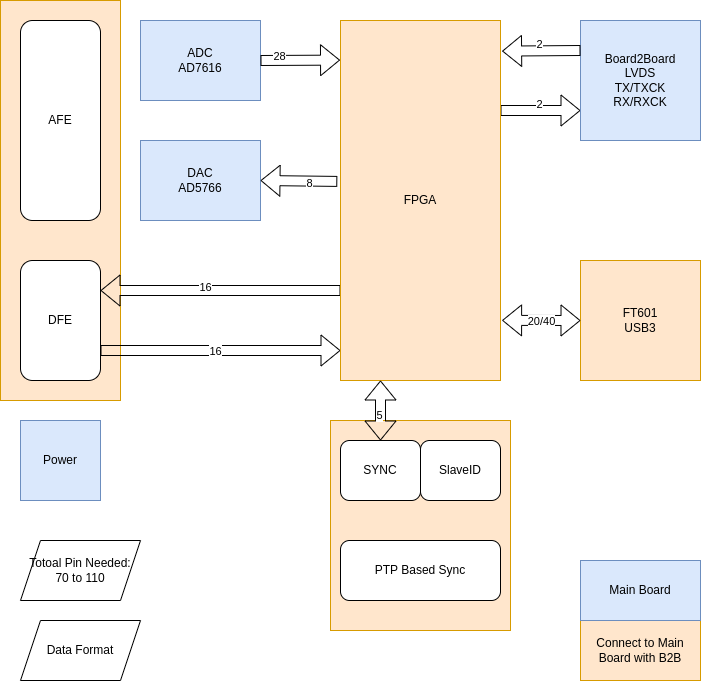
tzechienchu/mynotes keeps this draw.io diagram as docs/subtitles/Expander2/BlockDiag01.png. Above is the earlier version. Source tidied: cells renumbered, new cells last; positions are measured from the earlier drawing's top-left corner, leaving out a move shared by most shapes. Source of this version:
```xml
<mxGraphModel>
  <root>
    <mxCell id="0" />
    <mxCell id="1" parent="0" />
    <mxCell id="2" style="rounded=0;whiteSpace=wrap;html=1;fillColor=#ffe6cc;strokeColor=#d79b00;" parent="1" vertex="1">
      <mxGeometry x="330" y="420" width="180" height="210" as="geometry" />
    </mxCell>
    <mxCell id="3" style="rounded=0;whiteSpace=wrap;html=1;fillColor=#ffe6cc;strokeColor=#d79b00;" parent="1" vertex="1">
      <mxGeometry width="120" height="400" as="geometry" />
    </mxCell>
    <mxCell id="4" value="ADC&lt;div&gt;AD7616&lt;/div&gt;" style="rounded=0;whiteSpace=wrap;html=1;fillColor=#dae8fc;strokeColor=#6c8ebf;" parent="1" vertex="1">
      <mxGeometry x="140" y="20" width="120" height="80" as="geometry" />
    </mxCell>
    <mxCell id="5" value="DAC&lt;div&gt;AD5766&lt;/div&gt;" style="rounded=0;whiteSpace=wrap;html=1;fillColor=#dae8fc;strokeColor=#6c8ebf;" parent="1" vertex="1">
      <mxGeometry x="140" y="140" width="120" height="80" as="geometry" />
    </mxCell>
    <mxCell id="6" value="AFE" style="rounded=1;whiteSpace=wrap;html=1;" parent="1" vertex="1">
      <mxGeometry x="20" y="20" width="80" height="200" as="geometry" />
    </mxCell>
    <mxCell id="7" style="edgeStyle=none;html=1;exitX=1;exitY=0.75;exitDx=0;exitDy=0;shape=flexArrow;" parent="1" edge="1" source="9">
      <mxGeometry relative="1" as="geometry">
        <mxPoint x="340" y="350" as="targetPoint" />
      </mxGeometry>
    </mxCell>
    <mxCell id="8" value="16" style="edgeLabel;html=1;align=center;verticalAlign=middle;" parent="7" vertex="1">
      <mxGeometry x="-0.06" relative="1" as="geometry" />
    </mxCell>
    <mxCell id="9" value="DFE" style="rounded=1;whiteSpace=wrap;html=1;" parent="1" vertex="1">
      <mxGeometry x="20" y="260" width="80" height="120" as="geometry" />
    </mxCell>
    <mxCell id="10" value="Power" style="rounded=0;whiteSpace=wrap;html=1;fillColor=#dae8fc;strokeColor=#6c8ebf;" parent="1" vertex="1">
      <mxGeometry x="20" y="420" width="80" height="80" as="geometry" />
    </mxCell>
    <mxCell id="11" style="edgeStyle=none;html=1;exitX=1;exitY=0.25;exitDx=0;exitDy=0;entryX=0;entryY=0.75;entryDx=0;entryDy=0;shape=flexArrow;" parent="1" edge="1" source="15" target="19">
      <mxGeometry relative="1" as="geometry" />
    </mxCell>
    <mxCell id="12" value="2" style="edgeLabel;html=1;align=center;verticalAlign=middle;" parent="11" vertex="1">
      <mxGeometry x="-0.04" y="7" relative="1" as="geometry" />
    </mxCell>
    <mxCell id="13" style="edgeStyle=none;html=1;exitX=0;exitY=0.75;exitDx=0;exitDy=0;entryX=1;entryY=0.25;entryDx=0;entryDy=0;shape=flexArrow;" parent="1" edge="1" source="15" target="9">
      <mxGeometry relative="1" as="geometry" />
    </mxCell>
    <mxCell id="14" value="16" style="edgeLabel;html=1;align=center;verticalAlign=middle;" parent="13" vertex="1">
      <mxGeometry x="0.14" y="-4" relative="1" as="geometry" />
    </mxCell>
    <mxCell id="15" value="FPGA" style="rounded=0;whiteSpace=wrap;html=1;fillColor=#ffe6cc;strokeColor=#d79b00;" parent="1" vertex="1">
      <mxGeometry x="340" y="20" width="160" height="360" as="geometry" />
    </mxCell>
    <mxCell id="16" style="edgeStyle=none;html=1;exitX=0.5;exitY=0;exitDx=0;exitDy=0;entryX=0.25;entryY=1;entryDx=0;entryDy=0;shape=flexArrow;startArrow=block;" parent="1" edge="1" source="18" target="15">
      <mxGeometry relative="1" as="geometry" />
    </mxCell>
    <mxCell id="17" value="5" style="edgeLabel;html=1;align=center;verticalAlign=middle;" parent="16" vertex="1">
      <mxGeometry x="-0.15" y="2" relative="1" as="geometry" />
    </mxCell>
    <mxCell id="18" value="SYNC" style="rounded=1;whiteSpace=wrap;html=1;" parent="1" vertex="1">
      <mxGeometry x="340" y="440" width="80" height="60" as="geometry" />
    </mxCell>
    <mxCell id="19" value="Board2Board&lt;div&gt;LVDS&lt;/div&gt;&lt;div&gt;TX/TXCK&lt;/div&gt;&lt;div&gt;RX/RXCK&lt;/div&gt;" style="rounded=0;whiteSpace=wrap;html=1;fillColor=#dae8fc;strokeColor=#6c8ebf;" parent="1" vertex="1">
      <mxGeometry x="580" y="20" width="120" height="120" as="geometry" />
    </mxCell>
    <mxCell id="20" value="FT601&lt;div&gt;USB3&lt;/div&gt;" style="whiteSpace=wrap;html=1;fillColor=#ffe6cc;strokeColor=#d79b00;" parent="1" vertex="1">
      <mxGeometry x="580" y="260" width="120" height="120" as="geometry" />
    </mxCell>
    <mxCell id="21" value="SlaveID" style="rounded=1;whiteSpace=wrap;html=1;" parent="1" vertex="1">
      <mxGeometry x="420" y="440" width="80" height="60" as="geometry" />
    </mxCell>
    <mxCell id="22" style="edgeStyle=none;html=1;exitX=1;exitY=0.5;exitDx=0;exitDy=0;entryX=-0.003;entryY=0.11;entryDx=0;entryDy=0;entryPerimeter=0;shape=flexArrow;" parent="1" edge="1" source="4" target="15">
      <mxGeometry relative="1" as="geometry" />
    </mxCell>
    <mxCell id="23" value="28" style="edgeLabel;html=1;align=center;verticalAlign=middle;" parent="22" vertex="1">
      <mxGeometry x="-0.54" y="5" relative="1" as="geometry" />
    </mxCell>
    <mxCell id="24" style="edgeStyle=none;html=1;exitX=0;exitY=0.5;exitDx=0;exitDy=0;entryX=1.01;entryY=0.833;entryDx=0;entryDy=0;entryPerimeter=0;shape=flexArrow;startArrow=block;" parent="1" edge="1" source="20" target="15">
      <mxGeometry relative="1" as="geometry" />
    </mxCell>
    <mxCell id="25" value="20/40" style="edgeLabel;html=1;align=center;verticalAlign=middle;" parent="24" vertex="1">
      <mxGeometry x="0.03" relative="1" as="geometry" />
    </mxCell>
    <mxCell id="26" style="edgeStyle=none;html=1;exitX=0;exitY=0.25;exitDx=0;exitDy=0;entryX=1.01;entryY=0.085;entryDx=0;entryDy=0;entryPerimeter=0;shape=flexArrow;" parent="1" edge="1" source="19" target="15">
      <mxGeometry relative="1" as="geometry" />
    </mxCell>
    <mxCell id="27" value="2" style="edgeLabel;html=1;align=center;verticalAlign=middle;" parent="26" vertex="1">
      <mxGeometry x="0.09" y="-7" relative="1" as="geometry" />
    </mxCell>
    <mxCell id="28" style="edgeStyle=none;html=1;exitX=1;exitY=0.5;exitDx=0;exitDy=0;entryX=-0.02;entryY=0.447;entryDx=0;entryDy=0;entryPerimeter=0;shape=flexArrow;endArrow=none;endFill=0;startArrow=block;" parent="1" edge="1" source="5" target="15">
      <mxGeometry relative="1" as="geometry" />
    </mxCell>
    <mxCell id="29" value="8" style="edgeLabel;html=1;align=center;verticalAlign=middle;" parent="28" vertex="1">
      <mxGeometry x="0.24" y="-1" relative="1" as="geometry" />
    </mxCell>
    <mxCell id="30" value="Totoal Pin Needed:&lt;div&gt;70 to 110&lt;/div&gt;" style="shape=parallelogram;perimeter=parallelogramPerimeter;whiteSpace=wrap;html=1;fixedSize=1;" parent="1" vertex="1">
      <mxGeometry x="20" y="540" width="120" height="60" as="geometry" />
    </mxCell>
    <mxCell id="31" value="Data Format" style="shape=parallelogram;perimeter=parallelogramPerimeter;whiteSpace=wrap;html=1;fixedSize=1;" parent="1" vertex="1">
      <mxGeometry x="20" y="620" width="120" height="60" as="geometry" />
    </mxCell>
    <mxCell id="32" value="PTP Based Sync" style="rounded=1;whiteSpace=wrap;html=1;" parent="1" vertex="1">
      <mxGeometry x="340" y="540" width="160" height="60" as="geometry" />
    </mxCell>
    <mxCell id="33" value="Connect to Main Board with B2B" style="rounded=0;whiteSpace=wrap;html=1;fillColor=#ffe6cc;strokeColor=#d79b00;" parent="1" vertex="1">
      <mxGeometry x="580" y="620" width="120" height="60" as="geometry" />
    </mxCell>
    <mxCell id="34" value="Main Board" style="rounded=0;whiteSpace=wrap;html=1;fillColor=#dae8fc;strokeColor=#6c8ebf;" parent="1" vertex="1">
      <mxGeometry x="580" y="560" width="120" height="60" as="geometry" />
    </mxCell>
  </root>
</mxGraphModel>
```
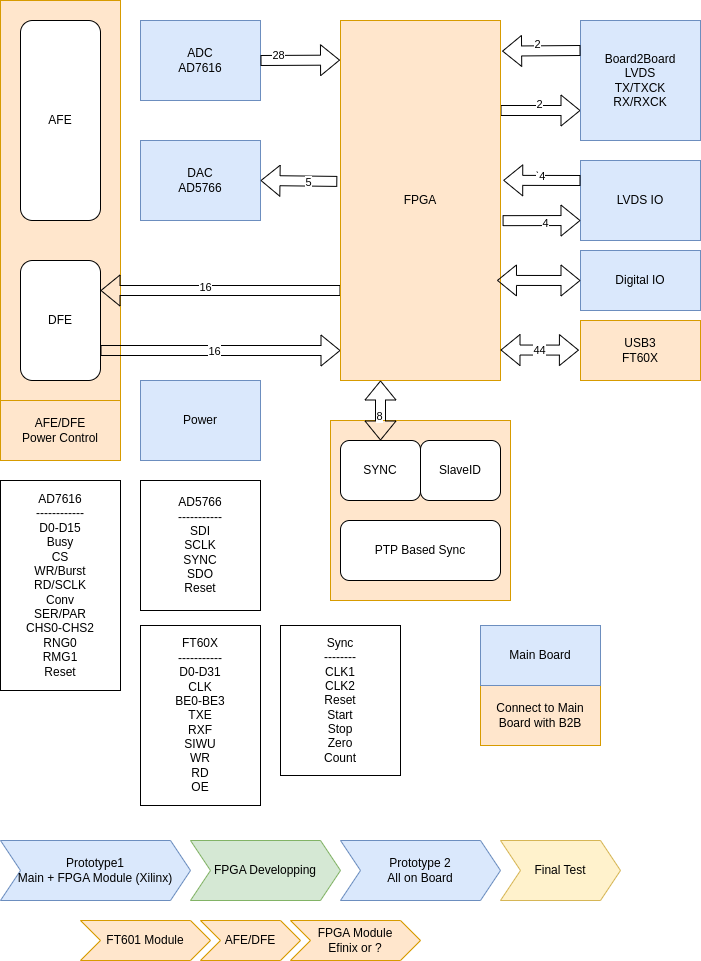
Later version of the same file.

Diff of the diagram source:
```diff
@@ -3,7 +3,7 @@
     <mxCell id="0" />
     <mxCell id="1" parent="0" />
     <mxCell id="2" style="rounded=0;whiteSpace=wrap;html=1;fillColor=#ffe6cc;strokeColor=#d79b00;" parent="1" vertex="1">
-      <mxGeometry x="330" y="420" width="180" height="210" as="geometry" />
+      <mxGeometry x="330" y="420" width="180" height="180" as="geometry" />
     </mxCell>
     <mxCell id="3" style="rounded=0;whiteSpace=wrap;html=1;fillColor=#ffe6cc;strokeColor=#d79b00;" parent="1" vertex="1">
       <mxGeometry width="120" height="400" as="geometry" />
@@ -29,7 +29,7 @@
       <mxGeometry x="20" y="260" width="80" height="120" as="geometry" />
     </mxCell>
     <mxCell id="10" value="Power" style="rounded=0;whiteSpace=wrap;html=1;fillColor=#dae8fc;strokeColor=#6c8ebf;" parent="1" vertex="1">
-      <mxGeometry x="20" y="420" width="80" height="80" as="geometry" />
+      <mxGeometry x="140" y="380" width="120" height="80" as="geometry" />
     </mxCell>
     <mxCell id="11" style="edgeStyle=none;html=1;exitX=1;exitY=0.25;exitDx=0;exitDy=0;entryX=0;entryY=0.75;entryDx=0;entryDy=0;shape=flexArrow;" parent="1" edge="1" source="15" target="19">
       <mxGeometry relative="1" as="geometry" />
@@ -49,7 +49,7 @@
     <mxCell id="16" style="edgeStyle=none;html=1;exitX=0.5;exitY=0;exitDx=0;exitDy=0;entryX=0.25;entryY=1;entryDx=0;entryDy=0;shape=flexArrow;startArrow=block;" parent="1" edge="1" source="18" target="15">
       <mxGeometry relative="1" as="geometry" />
     </mxCell>
-    <mxCell id="17" value="5" style="edgeLabel;html=1;align=center;verticalAlign=middle;" parent="16" vertex="1">
+    <mxCell id="17" value="8" style="edgeLabel;html=1;align=center;verticalAlign=middle;" parent="16" vertex="1">
       <mxGeometry x="-0.15" y="2" relative="1" as="geometry" />
     </mxCell>
     <mxCell id="18" value="SYNC" style="rounded=1;whiteSpace=wrap;html=1;" parent="1" vertex="1">
@@ -58,9 +58,6 @@
     <mxCell id="19" value="Board2Board&lt;div&gt;LVDS&lt;/div&gt;&lt;div&gt;TX/TXCK&lt;/div&gt;&lt;div&gt;RX/RXCK&lt;/div&gt;" style="rounded=0;whiteSpace=wrap;html=1;fillColor=#dae8fc;strokeColor=#6c8ebf;" parent="1" vertex="1">
       <mxGeometry x="580" y="20" width="120" height="120" as="geometry" />
     </mxCell>
-    <mxCell id="20" value="FT601&lt;div&gt;USB3&lt;/div&gt;" style="whiteSpace=wrap;html=1;fillColor=#ffe6cc;strokeColor=#d79b00;" parent="1" vertex="1">
-      <mxGeometry x="580" y="260" width="120" height="120" as="geometry" />
-    </mxCell>
     <mxCell id="21" value="SlaveID" style="rounded=1;whiteSpace=wrap;html=1;" parent="1" vertex="1">
       <mxGeometry x="420" y="440" width="80" height="60" as="geometry" />
     </mxCell>
@@ -70,10 +67,13 @@
     <mxCell id="23" value="28" style="edgeLabel;html=1;align=center;verticalAlign=middle;" parent="22" vertex="1">
       <mxGeometry x="-0.54" y="5" relative="1" as="geometry" />
     </mxCell>
-    <mxCell id="24" style="edgeStyle=none;html=1;exitX=0;exitY=0.5;exitDx=0;exitDy=0;entryX=1.01;entryY=0.833;entryDx=0;entryDy=0;entryPerimeter=0;shape=flexArrow;startArrow=block;" parent="1" edge="1" source="20" target="15">
-      <mxGeometry relative="1" as="geometry" />
+    <mxCell id="24" style="edgeStyle=none;html=1;exitX=0;exitY=0.5;exitDx=0;exitDy=0;entryX=1.01;entryY=0.833;entryDx=0;entryDy=0;entryPerimeter=0;shape=flexArrow;startArrow=block;" parent="1" edge="1">
+      <mxGeometry relative="1" as="geometry">
+        <mxPoint x="578.4" y="349.6" as="sourcePoint" />
+        <mxPoint x="500" y="349.5" as="targetPoint" />
+      </mxGeometry>
     </mxCell>
-    <mxCell id="25" value="20/40" style="edgeLabel;html=1;align=center;verticalAlign=middle;" parent="24" vertex="1">
+    <mxCell id="25" value="44" style="edgeLabel;html=1;align=center;verticalAlign=middle;" parent="24" vertex="1">
       <mxGeometry x="0.03" relative="1" as="geometry" />
     </mxCell>
     <mxCell id="26" style="edgeStyle=none;html=1;exitX=0;exitY=0.25;exitDx=0;exitDy=0;entryX=1.01;entryY=0.085;entryDx=0;entryDy=0;entryPerimeter=0;shape=flexArrow;" parent="1" edge="1" source="19" target="15">
@@ -85,23 +85,77 @@
     <mxCell id="28" style="edgeStyle=none;html=1;exitX=1;exitY=0.5;exitDx=0;exitDy=0;entryX=-0.02;entryY=0.447;entryDx=0;entryDy=0;entryPerimeter=0;shape=flexArrow;endArrow=none;endFill=0;startArrow=block;" parent="1" edge="1" source="5" target="15">
       <mxGeometry relative="1" as="geometry" />
     </mxCell>
-    <mxCell id="29" value="8" style="edgeLabel;html=1;align=center;verticalAlign=middle;" parent="28" vertex="1">
+    <mxCell id="29" value="5" style="edgeLabel;html=1;align=center;verticalAlign=middle;" parent="28" vertex="1">
       <mxGeometry x="0.24" y="-1" relative="1" as="geometry" />
     </mxCell>
-    <mxCell id="30" value="Totoal Pin Needed:&lt;div&gt;70 to 110&lt;/div&gt;" style="shape=parallelogram;perimeter=parallelogramPerimeter;whiteSpace=wrap;html=1;fixedSize=1;" parent="1" vertex="1">
-      <mxGeometry x="20" y="540" width="120" height="60" as="geometry" />
-    </mxCell>
-    <mxCell id="31" value="Data Format" style="shape=parallelogram;perimeter=parallelogramPerimeter;whiteSpace=wrap;html=1;fixedSize=1;" parent="1" vertex="1">
-      <mxGeometry x="20" y="620" width="120" height="60" as="geometry" />
-    </mxCell>
     <mxCell id="32" value="PTP Based Sync" style="rounded=1;whiteSpace=wrap;html=1;" parent="1" vertex="1">
-      <mxGeometry x="340" y="540" width="160" height="60" as="geometry" />
+      <mxGeometry x="340" y="520" width="160" height="60" as="geometry" />
     </mxCell>
     <mxCell id="33" value="Connect to Main Board with B2B" style="rounded=0;whiteSpace=wrap;html=1;fillColor=#ffe6cc;strokeColor=#d79b00;" parent="1" vertex="1">
-      <mxGeometry x="580" y="620" width="120" height="60" as="geometry" />
+      <mxGeometry x="480" y="685" width="120" height="60" as="geometry" />
     </mxCell>
     <mxCell id="34" value="Main Board" style="rounded=0;whiteSpace=wrap;html=1;fillColor=#dae8fc;strokeColor=#6c8ebf;" parent="1" vertex="1">
-      <mxGeometry x="580" y="560" width="120" height="60" as="geometry" />
+      <mxGeometry x="480" y="625" width="120" height="60" as="geometry" />
     </mxCell>
+    <mxCell id="35" value="LVDS IO" style="rounded=0;whiteSpace=wrap;html=1;fillColor=#dae8fc;strokeColor=#6c8ebf;" parent="1" vertex="1">
+      <mxGeometry x="580" y="160" width="120" height="80" as="geometry" />
+    </mxCell>
+    <mxCell id="36" style="edgeStyle=none;html=1;exitX=0;exitY=0.25;exitDx=0;exitDy=0;entryX=1.017;entryY=0.444;entryDx=0;entryDy=0;entryPerimeter=0;shape=flexArrow;" parent="1" edge="1" source="35" target="15">
+      <mxGeometry relative="1" as="geometry" />
+    </mxCell>
+    <mxCell id="37" value="ˋ4" style="edgeLabel;html=1;align=center;verticalAlign=middle;" parent="36" vertex="1">
+      <mxGeometry x="0.05" y="-4" relative="1" as="geometry" />
+    </mxCell>
+    <mxCell id="38" style="edgeStyle=none;html=1;exitX=0;exitY=0.75;exitDx=0;exitDy=0;entryX=1.013;entryY=0.556;entryDx=0;entryDy=0;entryPerimeter=0;shape=flexArrow;startArrow=block;endArrow=none;endFill=0;" parent="1" edge="1" source="35" target="15">
+      <mxGeometry relative="1" as="geometry" />
+    </mxCell>
+    <mxCell id="39" value="4" style="edgeLabel;html=1;align=center;verticalAlign=middle;" parent="38" vertex="1">
+      <mxGeometry x="-0.09" y="2" relative="1" as="geometry" />
+    </mxCell>
+    <mxCell id="40" value="AFE/DFE&lt;div&gt;Power Control&lt;/div&gt;" style="rounded=0;whiteSpace=wrap;html=1;fillColor=#ffe6cc;strokeColor=#d79b00;" parent="1" vertex="1">
+      <mxGeometry y="400" width="120" height="60" as="geometry" />
+    </mxCell>
+    <mxCell id="41" value="AD7616&lt;div&gt;------------&lt;/div&gt;&lt;div&gt;D0-D15&lt;/div&gt;&lt;div&gt;Busy&lt;/div&gt;&lt;div&gt;CS&lt;/div&gt;&lt;div&gt;WR/Burst&lt;/div&gt;&lt;div&gt;RD/SCLK&lt;/div&gt;&lt;div&gt;Conv&lt;/div&gt;&lt;div&gt;SER/PAR&lt;/div&gt;&lt;div&gt;CHS0-CHS2&lt;/div&gt;&lt;div&gt;RNG0&lt;/div&gt;&lt;div&gt;RMG1&lt;/div&gt;&lt;div&gt;Reset&lt;/div&gt;" style="rounded=0;whiteSpace=wrap;html=1;" parent="1" vertex="1">
+      <mxGeometry y="480" width="120" height="210" as="geometry" />
+    </mxCell>
+    <mxCell id="42" value="AD5766&lt;div&gt;-----------&lt;/div&gt;&lt;div&gt;SDI&lt;/div&gt;&lt;div&gt;SCLK&lt;/div&gt;&lt;div&gt;SYNC&lt;/div&gt;&lt;div&gt;SDO&lt;/div&gt;&lt;div&gt;Reset&lt;/div&gt;" style="rounded=0;whiteSpace=wrap;html=1;" parent="1" vertex="1">
+      <mxGeometry x="140" y="480" width="120" height="130" as="geometry" />
+    </mxCell>
+    <mxCell id="43" value="Sync&lt;div&gt;--------&lt;/div&gt;&lt;div&gt;CLK1&lt;/div&gt;&lt;div&gt;CLK2&lt;/div&gt;&lt;div&gt;Reset&lt;/div&gt;&lt;div&gt;Start&lt;/div&gt;&lt;div&gt;Stop&lt;/div&gt;&lt;div&gt;Zero&lt;/div&gt;&lt;div&gt;Count&lt;/div&gt;" style="rounded=0;whiteSpace=wrap;html=1;" parent="1" vertex="1">
+      <mxGeometry x="280" y="625" width="120" height="150" as="geometry" />
+    </mxCell>
+    <mxCell id="44" value="FT60X&lt;div&gt;-----------&lt;/div&gt;&lt;div&gt;D0-D31&lt;/div&gt;&lt;div&gt;CLK&lt;/div&gt;&lt;div&gt;BE0-BE3&lt;/div&gt;&lt;div&gt;TXE&lt;/div&gt;&lt;div&gt;RXF&lt;/div&gt;&lt;div&gt;SIWU&lt;/div&gt;&lt;div&gt;WR&lt;/div&gt;&lt;div&gt;RD&lt;/div&gt;&lt;div&gt;OE&lt;/div&gt;" style="rounded=0;whiteSpace=wrap;html=1;" parent="1" vertex="1">
+      <mxGeometry x="140" y="625" width="120" height="180" as="geometry" />
+    </mxCell>
+    <mxCell id="45" value="Prototype1&lt;div&gt;Main + FPGA Module (Xilinx)&lt;/div&gt;" style="shape=step;perimeter=stepPerimeter;whiteSpace=wrap;html=1;fixedSize=1;fillColor=#dae8fc;strokeColor=#6c8ebf;" parent="1" vertex="1">
+      <mxGeometry y="840" width="190" height="60" as="geometry" />
+    </mxCell>
+    <mxCell id="46" value="FT601 Module" style="shape=step;perimeter=stepPerimeter;whiteSpace=wrap;html=1;fixedSize=1;fillColor=#ffe6cc;strokeColor=#d79b00;" parent="1" vertex="1">
+      <mxGeometry x="80" y="920" width="130" height="40" as="geometry" />
+    </mxCell>
+    <mxCell id="47" value="AFE/DFE" style="shape=step;perimeter=stepPerimeter;whiteSpace=wrap;html=1;fixedSize=1;fillColor=#ffe6cc;strokeColor=#d79b00;" parent="1" vertex="1">
+      <mxGeometry x="200" y="920" width="100" height="40" as="geometry" />
+    </mxCell>
+    <mxCell id="48" value="FPGA Module&lt;div&gt;Efinix or ?&lt;/div&gt;" style="shape=step;perimeter=stepPerimeter;whiteSpace=wrap;html=1;fixedSize=1;fillColor=#ffe6cc;strokeColor=#d79b00;" parent="1" vertex="1">
+      <mxGeometry x="290" y="920" width="130" height="40" as="geometry" />
+    </mxCell>
+    <mxCell id="49" value="FPGA Developping" style="shape=step;perimeter=stepPerimeter;whiteSpace=wrap;html=1;fixedSize=1;fillColor=#d5e8d4;strokeColor=#82b366;" parent="1" vertex="1">
+      <mxGeometry x="190" y="840" width="150" height="60" as="geometry" />
+    </mxCell>
+    <mxCell id="50" value="Prototype 2&lt;div&gt;All on Board&lt;/div&gt;" style="shape=step;perimeter=stepPerimeter;whiteSpace=wrap;html=1;fixedSize=1;fillColor=#dae8fc;strokeColor=#6c8ebf;" parent="1" vertex="1">
+      <mxGeometry x="340" y="840" width="160" height="60" as="geometry" />
+    </mxCell>
+    <mxCell id="51" value="Final Test" style="shape=step;perimeter=stepPerimeter;whiteSpace=wrap;html=1;fixedSize=1;fillColor=#fff2cc;strokeColor=#d6b656;" parent="1" vertex="1">
+      <mxGeometry x="500" y="840" width="120" height="60" as="geometry" />
+    </mxCell>
+    <mxCell id="52" value="USB3&lt;div&gt;FT60X&lt;/div&gt;" style="rounded=0;whiteSpace=wrap;html=1;fillColor=#ffe6cc;strokeColor=#d79b00;" parent="1" vertex="1">
+      <mxGeometry x="580" y="320" width="120" height="60" as="geometry" />
+    </mxCell>
+    <mxCell id="53" value="Digital IO" style="rounded=0;whiteSpace=wrap;html=1;fillColor=#dae8fc;strokeColor=#6c8ebf;" parent="1" vertex="1">
+      <mxGeometry x="580" y="250" width="120" height="60" as="geometry" />
+    </mxCell>
+    <mxCell id="54" style="edgeStyle=none;html=1;exitX=0;exitY=0.5;exitDx=0;exitDy=0;entryX=0.978;entryY=0.722;entryDx=0;entryDy=0;entryPerimeter=0;shape=flexArrow;startArrow=block;" parent="1" edge="1" source="53" target="15">
+      <mxGeometry relative="1" as="geometry" />
+    </mxCell>
   </root>
 </mxGraphModel>
```
